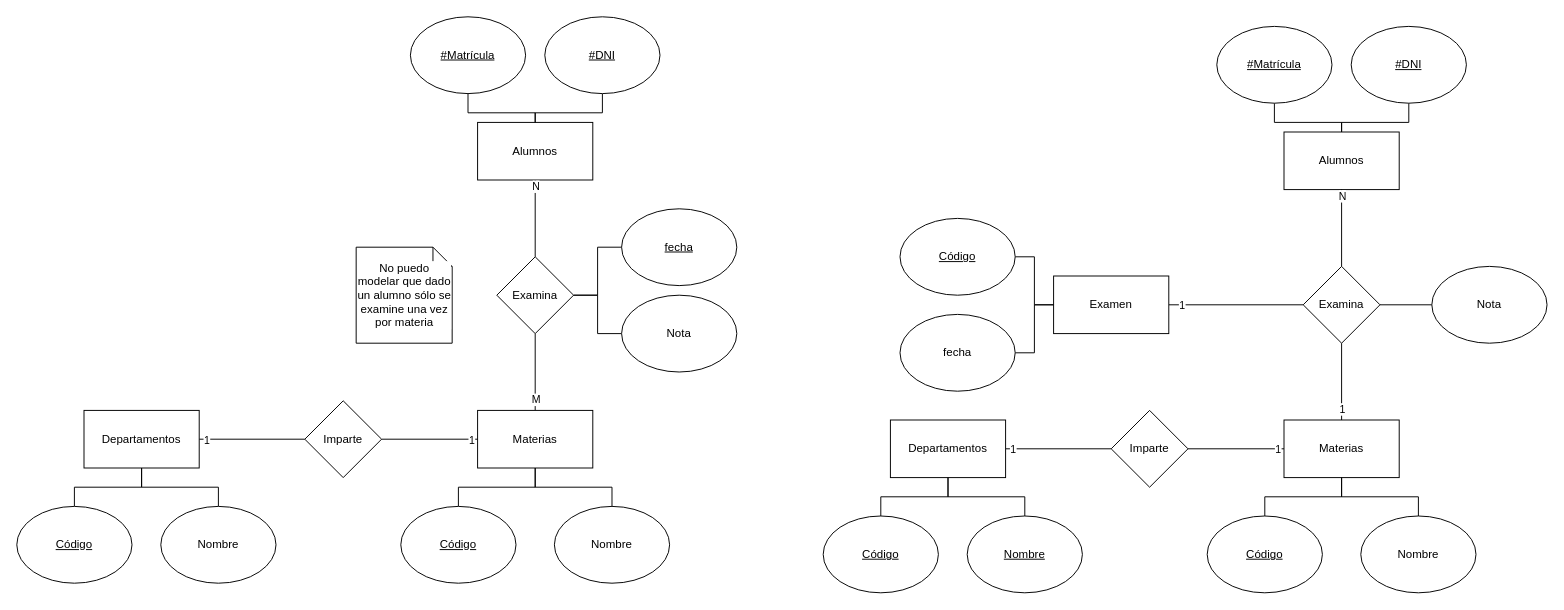
The draw.io diagram page "Centro de Enseñanza" (1 of 4) of ejercicios_diagramas_e_r.drawio in Fonsy/BBDD2021, before the edit. Source tidied: cells renumbered, new cells numbered last; positions are measured from the earlier drawing's top-left corner, leaving out a move shared by most shapes. Both pictures are drawn from the tidied source at 96%, with x=0, y=0 at pixel (16, 16).
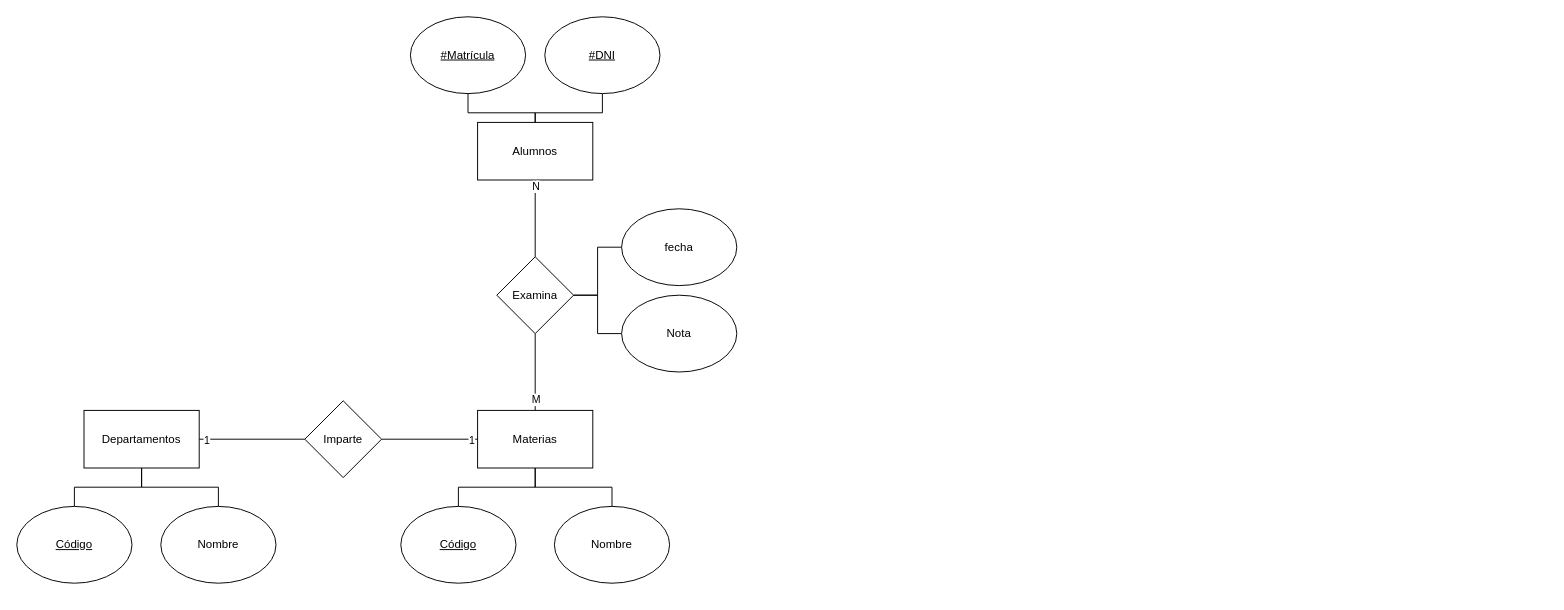
The same diagram, later.

The edit, as a diff of the source:
```diff
@@
-    <mxCell id="30" value="&lt;u&gt;fecha&lt;br&gt;&lt;/u&gt;" style="ellipse;whiteSpace=wrap;html=1;labelBackgroundColor=default;fontColor=default;" parent="1" vertex="1">
+    <mxCell id="30" value="fecha" style="ellipse;whiteSpace=wrap;html=1;labelBackgroundColor=default;fontColor=default;" parent="1" vertex="1">
       <mxGeometry x="630" y="200" width="120" height="80" as="geometry" />
     </mxCell>
-    <mxCell id="31" value="No puedo modelar que dado un alumno sólo se examine una vez por materia" style="shape=note;size=20;whiteSpace=wrap;html=1;fillColor=default;strokeColor=default;fontColor=default;labelBackgroundColor=default;" parent="1" vertex="1">
-      <mxGeometry x="353.5" y="240" width="100" height="100" as="geometry" />
-    </mxCell>
-    <mxCell id="32" style="edgeStyle=orthogonalEdgeStyle;rounded=0;jettySize=auto;html=1;endArrow=none;endFill=0;strokeColor=default;labelBackgroundColor=default;fontColor=default;" parent="1" edge="1" source="34" target="42">
-      <mxGeometry relative="1" as="geometry" />
-    </mxCell>
-    <mxCell id="33" value="1" style="edgeLabel;html=1;align=center;verticalAlign=middle;" parent="32" vertex="1">
-      <mxGeometry x="-0.68" relative="1" as="geometry">
-        <mxPoint x="-11" as="offset" />
-      </mxGeometry>
-    </mxCell>
-    <mxCell id="34" value="Departamentos" style="rounded=0;whiteSpace=wrap;html=1;strokeColor=default;labelBackgroundColor=default;fontColor=default;" parent="1" vertex="1">
-      <mxGeometry x="910" y="420" width="120" height="60" as="geometry" />
-    </mxCell>
-    <mxCell id="35" style="edgeStyle=orthogonalEdgeStyle;rounded=0;jettySize=auto;html=1;entryX=0.5;entryY=1;entryDx=0;entryDy=0;endArrow=none;endFill=0;strokeColor=default;labelBackgroundColor=default;fontColor=default;" parent="1" edge="1" source="36" target="34">
-      <mxGeometry relative="1" as="geometry" />
-    </mxCell>
-    <mxCell id="36" value="&lt;u&gt;Nombre&lt;/u&gt;" style="ellipse;whiteSpace=wrap;html=1;strokeColor=default;labelBackgroundColor=default;fontColor=default;" parent="1" vertex="1">
-      <mxGeometry x="990" y="520" width="120" height="80" as="geometry" />
-    </mxCell>
-    <mxCell id="37" style="edgeStyle=orthogonalEdgeStyle;rounded=0;jettySize=auto;html=1;endArrow=none;endFill=0;strokeColor=default;labelBackgroundColor=default;fontColor=default;" parent="1" edge="1" source="39" target="52">
-      <mxGeometry relative="1" as="geometry" />
-    </mxCell>
-    <mxCell id="38" value="1" style="edgeLabel;html=1;align=center;verticalAlign=middle;" parent="37" vertex="1">
-      <mxGeometry x="-0.7" relative="1" as="geometry" />
-    </mxCell>
-    <mxCell id="39" value="Materias" style="rounded=0;whiteSpace=wrap;html=1;strokeColor=default;labelBackgroundColor=default;fontColor=default;" parent="1" vertex="1">
-      <mxGeometry x="1320" y="420" width="120" height="60" as="geometry" />
-    </mxCell>
-    <mxCell id="40" style="edgeStyle=orthogonalEdgeStyle;rounded=0;jettySize=auto;html=1;entryX=0;entryY=0.5;entryDx=0;entryDy=0;endArrow=none;endFill=0;strokeColor=default;labelBackgroundColor=default;fontColor=default;" parent="1" edge="1" source="42" target="39">
-      <mxGeometry relative="1" as="geometry" />
-    </mxCell>
-    <mxCell id="41" value="1" style="edgeLabel;html=1;align=center;verticalAlign=middle;" parent="40" vertex="1">
-      <mxGeometry x="0.86" relative="1" as="geometry" />
-    </mxCell>
-    <mxCell id="42" value="Imparte" style="rhombus;whiteSpace=wrap;html=1;direction=south;strokeColor=default;labelBackgroundColor=default;fontColor=default;" parent="1" vertex="1">
-      <mxGeometry x="1140" y="410" width="80" height="80" as="geometry" />
-    </mxCell>
-    <mxCell id="43" style="edgeStyle=orthogonalEdgeStyle;rounded=0;jettySize=auto;html=1;endArrow=none;endFill=0;strokeColor=default;labelBackgroundColor=default;fontColor=default;" parent="1" edge="1" source="44" target="34">
-      <mxGeometry relative="1" as="geometry" />
-    </mxCell>
-    <mxCell id="44" value="&lt;u&gt;Código&lt;br&gt;&lt;/u&gt;" style="ellipse;whiteSpace=wrap;html=1;strokeColor=default;labelBackgroundColor=default;fontColor=default;" parent="1" vertex="1">
-      <mxGeometry x="840" y="520" width="120" height="80" as="geometry" />
-    </mxCell>
-    <mxCell id="45" style="edgeStyle=orthogonalEdgeStyle;rounded=0;jettySize=auto;html=1;endArrow=none;endFill=0;strokeColor=default;labelBackgroundColor=default;fontColor=default;" parent="1" edge="1" source="46" target="39">
-      <mxGeometry relative="1" as="geometry" />
-    </mxCell>
-    <mxCell id="46" value="&lt;u&gt;Código&lt;br&gt;&lt;/u&gt;" style="ellipse;whiteSpace=wrap;html=1;strokeColor=default;labelBackgroundColor=default;fontColor=default;" parent="1" vertex="1">
-      <mxGeometry x="1240" y="520" width="120" height="80" as="geometry" />
-    </mxCell>
-    <mxCell id="47" style="edgeStyle=orthogonalEdgeStyle;rounded=0;jettySize=auto;html=1;endArrow=none;endFill=0;strokeColor=default;labelBackgroundColor=default;fontColor=default;" parent="1" edge="1" source="48" target="39">
-      <mxGeometry relative="1" as="geometry" />
-    </mxCell>
-    <mxCell id="48" value="Nombre" style="ellipse;whiteSpace=wrap;html=1;strokeColor=default;labelBackgroundColor=default;fontColor=default;" parent="1" vertex="1">
-      <mxGeometry x="1400" y="520" width="120" height="80" as="geometry" />
-    </mxCell>
-    <mxCell id="49" value="Alumnos" style="rounded=0;whiteSpace=wrap;html=1;strokeColor=default;labelBackgroundColor=default;fontColor=default;fillColor=default;" parent="1" vertex="1">
-      <mxGeometry x="1320" y="120" width="120" height="60" as="geometry" />
-    </mxCell>
-    <mxCell id="50" style="edgeStyle=orthogonalEdgeStyle;rounded=0;jettySize=auto;html=1;endArrow=none;endFill=0;strokeColor=default;labelBackgroundColor=default;fontColor=default;" parent="1" edge="1" source="52" target="49">
-      <mxGeometry relative="1" as="geometry" />
-    </mxCell>
-    <mxCell id="51" value="N" style="edgeLabel;html=1;align=center;verticalAlign=middle;" parent="50" vertex="1">
-      <mxGeometry x="0.85" relative="1" as="geometry" />
-    </mxCell>
-    <mxCell id="52" value="Examina" style="rhombus;whiteSpace=wrap;html=1;strokeColor=default;labelBackgroundColor=default;fontColor=default;" parent="1" vertex="1">
-      <mxGeometry x="1340" y="260" width="80" height="80" as="geometry" />
-    </mxCell>
-    <mxCell id="53" style="edgeStyle=orthogonalEdgeStyle;rounded=0;jettySize=auto;html=1;entryX=0.5;entryY=0;entryDx=0;entryDy=0;endArrow=none;endFill=0;strokeColor=default;labelBackgroundColor=default;fontColor=default;" parent="1" edge="1" source="54" target="49">
-      <mxGeometry relative="1" as="geometry" />
-    </mxCell>
-    <mxCell id="54" value="&lt;u&gt;#Matrícula&lt;br&gt;&lt;/u&gt;" style="ellipse;whiteSpace=wrap;html=1;strokeColor=default;labelBackgroundColor=default;fontColor=default;" parent="1" vertex="1">
-      <mxGeometry x="1250" y="10" width="120" height="80" as="geometry" />
-    </mxCell>
-    <mxCell id="55" style="edgeStyle=orthogonalEdgeStyle;rounded=0;jettySize=auto;html=1;entryX=0.5;entryY=0;entryDx=0;entryDy=0;endArrow=none;endFill=0;strokeColor=default;labelBackgroundColor=default;fontColor=default;" parent="1" edge="1" source="56" target="49">
-      <mxGeometry relative="1" as="geometry" />
-    </mxCell>
-    <mxCell id="56" value="&lt;u&gt;#DNI&lt;br&gt;&lt;/u&gt;" style="ellipse;whiteSpace=wrap;html=1;strokeColor=default;labelBackgroundColor=default;fontColor=default;" parent="1" vertex="1">
-      <mxGeometry x="1390" y="10" width="120" height="80" as="geometry" />
-    </mxCell>
-    <mxCell id="57" style="edgeStyle=orthogonalEdgeStyle;rounded=0;jettySize=auto;html=1;endArrow=none;endFill=0;strokeColor=default;labelBackgroundColor=default;fontColor=default;entryX=1;entryY=0.5;entryDx=0;entryDy=0;" parent="1" edge="1" source="58" target="52">
-      <mxGeometry relative="1" as="geometry" />
-    </mxCell>
-    <mxCell id="58" value="Nota" style="ellipse;whiteSpace=wrap;html=1;strokeColor=default;labelBackgroundColor=default;fontColor=default;fillColor=default;" parent="1" vertex="1">
-      <mxGeometry x="1474" y="260" width="120" height="80" as="geometry" />
-    </mxCell>
-    <mxCell id="59" style="edgeStyle=orthogonalEdgeStyle;rounded=0;jettySize=auto;html=1;endArrow=none;endFill=0;strokeColor=default;labelBackgroundColor=default;fontColor=default;entryX=0;entryY=0.5;entryDx=0;entryDy=0;" parent="1" edge="1" source="60" target="63">
-      <mxGeometry relative="1" as="geometry" />
-    </mxCell>
-    <mxCell id="60" value="fecha" style="ellipse;whiteSpace=wrap;html=1;strokeColor=default;labelBackgroundColor=default;fontColor=default;fillColor=default;" parent="1" vertex="1">
-      <mxGeometry x="920" y="310" width="120" height="80" as="geometry" />
-    </mxCell>
-    <mxCell id="61" style="edgeStyle=orthogonalEdgeStyle;rounded=0;jettySize=auto;html=1;labelBackgroundColor=default;fontColor=default;strokeColor=default;endArrow=none;endFill=0;" parent="1" edge="1" source="63" target="52">
-      <mxGeometry relative="1" as="geometry" />
-    </mxCell>
-    <mxCell id="62" value="1" style="edgeLabel;html=1;align=center;verticalAlign=middle;fontColor=default;" parent="61" vertex="1">
-      <mxGeometry x="-0.81" relative="1" as="geometry" />
-    </mxCell>
-    <mxCell id="63" value="Examen" style="rounded=0;whiteSpace=wrap;html=1;strokeColor=default;labelBackgroundColor=default;fontColor=default;fillColor=default;" parent="1" vertex="1">
-      <mxGeometry x="1080" y="270" width="120" height="60" as="geometry" />
-    </mxCell>
-    <mxCell id="64" style="edgeStyle=orthogonalEdgeStyle;rounded=0;jettySize=auto;html=1;entryX=0;entryY=0.5;entryDx=0;entryDy=0;labelBackgroundColor=default;fontColor=default;endArrow=none;endFill=0;strokeColor=default;" parent="1" edge="1" source="65" target="63">
-      <mxGeometry relative="1" as="geometry" />
-    </mxCell>
-    <mxCell id="65" value="&lt;u&gt;Código&lt;/u&gt;" style="ellipse;whiteSpace=wrap;html=1;strokeColor=default;labelBackgroundColor=default;fontColor=default;fillColor=default;" parent="1" vertex="1">
-      <mxGeometry x="920" y="210" width="120" height="80" as="geometry" />
-    </mxCell>
```
